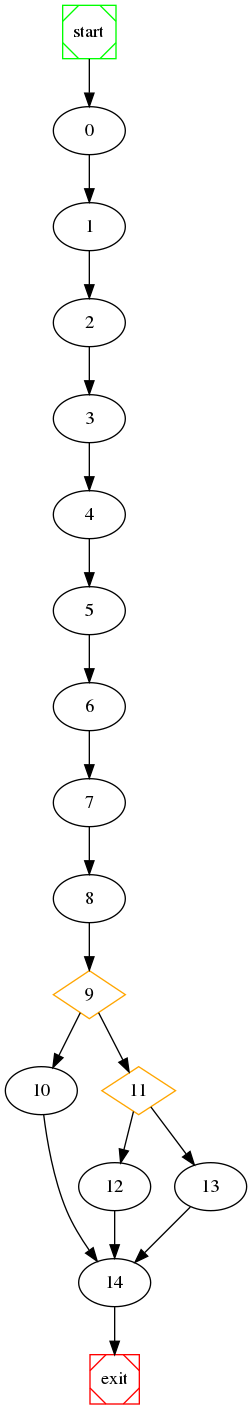
Above: wpc/raw_graph.png in NabeelQaiser/BTP_2k18-19 (Graphviz), before the change. Its source is kept beside it as wpc/raw_graph.dot.
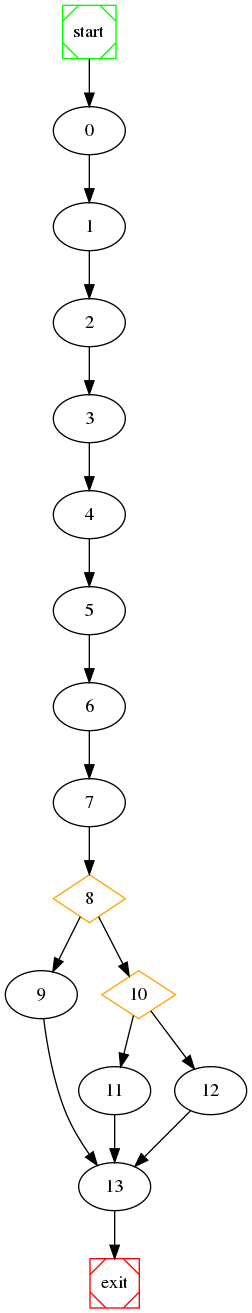
Later version of the same file.

The edit, as a diff of the source:
```diff
@@ -8,18 +8,17 @@
 	4 -> 5 ;
 	5 -> 6 ;
 	6 -> 7 ;
+	8 [shape=diamond, color=orange] ;
+	8 -> 9 ;
+	10 [shape=diamond, color=orange] ;
+	8 -> 10 ;
+	10 -> 11 ;
+	10 -> 12 ;
 	7 -> 8 ;
-	9 [shape=diamond, color=orange] ;
-	9 -> 10 ;
-	11 [shape=diamond, color=orange] ;
-	9 -> 11 ;
-	11 -> 12 ;
 	11 -> 13 ;
-	8 -> 9 ;
-	12 -> 14 ;
-	10 -> 14 ;
-	13 -> 14 ;
-	14 -> exit;
+	9 -> 13 ;
+	12 -> 13 ;
+	13 -> exit;
 
 	start [shape=Msquare, color=green];
 	exit [shape=Msquare, color=red];
```
